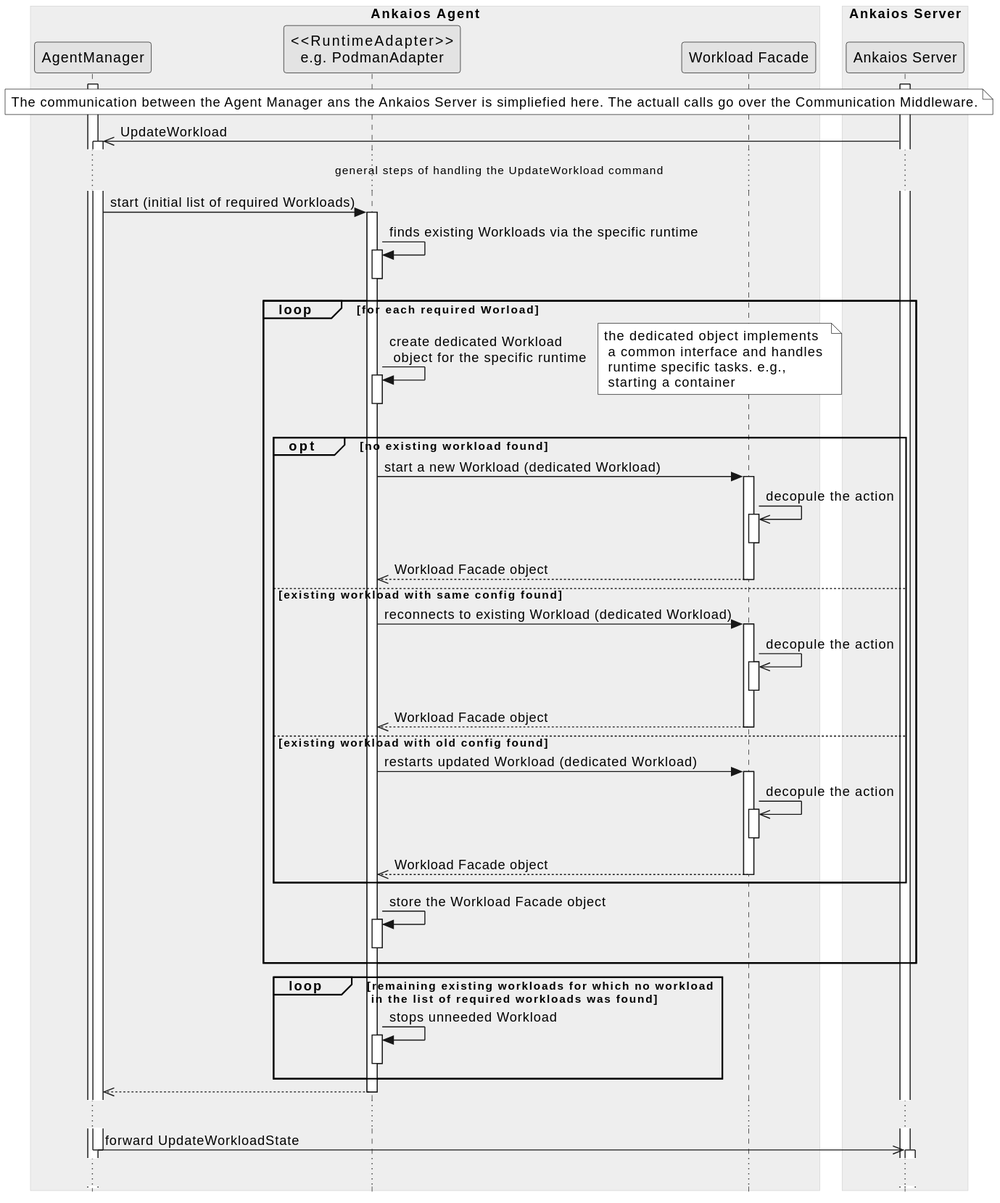
This is agent/doc/swdesign/plantuml/seq_update_workload_initial.svg from eclipse-ankaios/ankaios, a PlantUML export, as it was before one commit. The source it was exported from:
```plantuml
@startuml seq_update_workload_initial
!include ../../../../resources/doc/plantuml/clean.skin

box "Ankaios Agent"
    participant "AgentManager" as manager

    participant "<<RuntimeAdapter>>\ne.g. PodmanAdapter" as runtime_adapter
    participant "Workload Facade" as wl_facade

end box

box "Ankaios Server"
    participant "Ankaios Server" as server
end box

activate manager
activate server

note over manager, server
The communication between the Agent Manager ans the Ankaios Server is simpliefied here. The actuall calls go over the Communication Middleware.
end note

manager <<- server ++: UpdateWorkload

... general steps of handling the UpdateWorkload command ...

manager -> runtime_adapter ++: start (initial list of required Workloads)

runtime_adapter -> runtime_adapter ++--: finds existing Workloads via the specific runtime

loop for each required Worload
    runtime_adapter -> runtime_adapter ++--: create dedicated Workload \n object for the specific runtime
    note right: the dedicated object implements \n a common interface and handles \n runtime specific tasks. e.g., \n starting a container

    opt no existing workload found
        runtime_adapter -> wl_facade ++: start a new Workload (dedicated Workload)
        wl_facade ->> wl_facade ++--: decopule the action
        wl_facade -->> runtime_adapter --: Workload Facade object
    else existing workload with same config found
        runtime_adapter -> wl_facade ++: reconnects to existing Workload (dedicated Workload)
        wl_facade ->> wl_facade ++--: decopule the action
        wl_facade -->> runtime_adapter --: Workload Facade object
    else existing workload with old config found
        runtime_adapter -> wl_facade ++: restarts updated Workload (dedicated Workload)
        wl_facade ->> wl_facade ++--: decopule the action
        wl_facade -->> runtime_adapter --: Workload Facade object
    end

    runtime_adapter -> runtime_adapter ++--: store the Workload Facade object
end

loop remaining existing workloads for which no workload \n in the list of required workloads was found
        runtime_adapter -> runtime_adapter ++--: stops unneeded Workload
end

runtime_adapter -->> manager --

...

manager ->> server --++: forward UpdateWorkloadState

...

@enduml
```
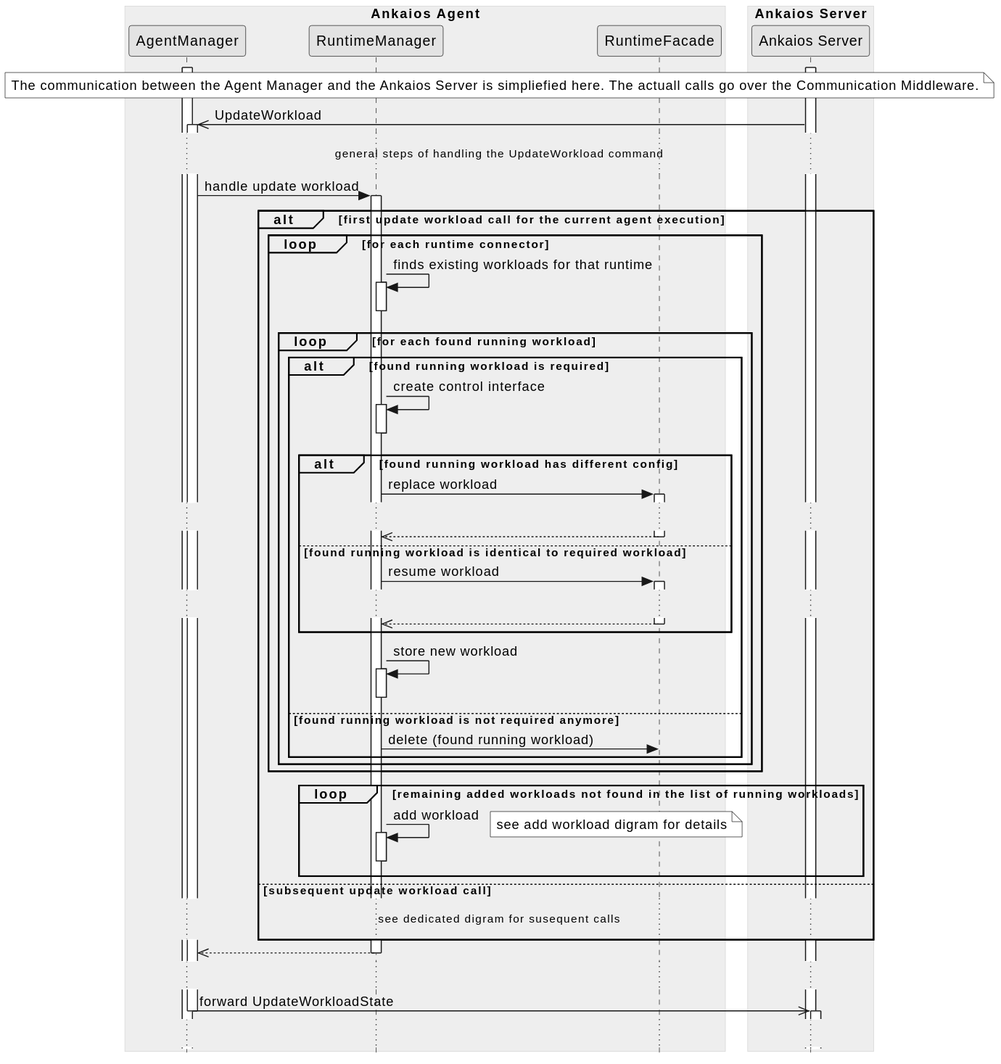
Above is the later version.

Commit message:
Updating sequence diagrams for the agent

Diff of the diagram source:
```diff
@@ -4,8 +4,8 @@
 box "Ankaios Agent"
     participant "AgentManager" as manager
 
-    participant "<<RuntimeAdapter>>\ne.g. PodmanAdapter" as runtime_adapter
-    participant "Workload Facade" as wl_facade
+    participant "RuntimeManager" as runtime_manager
+    participant "RuntimeFacade" as wl_facade
 
 end box
 
@@ -17,43 +17,55 @@
 activate server
 
 note over manager, server
-The communication between the Agent Manager ans the Ankaios Server is simpliefied here. The actuall calls go over the Communication Middleware.
+The communication between the Agent Manager and the Ankaios Server is simpliefied here. The actuall calls go over the Communication Middleware.
 end note
 
 manager <<- server ++: UpdateWorkload
 
 ... general steps of handling the UpdateWorkload command ...
 
-manager -> runtime_adapter ++: start (initial list of required Workloads)
+manager -> runtime_manager ++: handle update workload
 
-runtime_adapter -> runtime_adapter ++--: finds existing Workloads via the specific runtime
+alt first update workload call for the current agent execution
 
-loop for each required Worload
-    runtime_adapter -> runtime_adapter ++--: create dedicated Workload \n object for the specific runtime
-    note right: the dedicated object implements \n a common interface and handles \n runtime specific tasks. e.g., \n starting a container
+loop for each runtime connector
+    runtime_manager -> runtime_manager ++--: finds existing workloads for that runtime
 
-    opt no existing workload found
-        runtime_adapter -> wl_facade ++: start a new Workload (dedicated Workload)
-        wl_facade ->> wl_facade ++--: decopule the action
-        wl_facade -->> runtime_adapter --: Workload Facade object
-    else existing workload with same config found
-        runtime_adapter -> wl_facade ++: reconnects to existing Workload (dedicated Workload)
-        wl_facade ->> wl_facade ++--: decopule the action
-        wl_facade -->> runtime_adapter --: Workload Facade object
-    else existing workload with old config found
-        runtime_adapter -> wl_facade ++: restarts updated Workload (dedicated Workload)
-        wl_facade ->> wl_facade ++--: decopule the action
-        wl_facade -->> runtime_adapter --: Workload Facade object
+    loop for each found running workload
+        alt found running workload is required
+            runtime_manager -> runtime_manager++--: create control interface
+
+            alt found running workload has different config
+                runtime_manager -> wl_facade++: replace workload
+                ...
+                wl_facade -->> runtime_manager--
+            else found running workload is identical to required workload
+                runtime_manager -> wl_facade++: resume workload
+                ...
+                wl_facade -->> runtime_manager--
+            end
+
+            runtime_manager -> runtime_manager++--: store new workload
+
+        else found running workload is not required anymore
+            runtime_manager -> wl_facade: delete (found running workload)
+        end
     end
-
-    runtime_adapter -> runtime_adapter ++--: store the Workload Facade object
 end
 
-loop remaining existing workloads for which no workload \n in the list of required workloads was found
-        runtime_adapter -> runtime_adapter ++--: stops unneeded Workload
+loop remaining added workloads not found in the list of running workloads
+        runtime_manager -> runtime_manager ++--: add workload
+        note right
+            see add workload digram for details
+        endnote
 end
 
-runtime_adapter -->> manager --
+
+else subsequent update workload call
+... see dedicated digram for susequent calls ...
+end
+
+runtime_manager -->> manager --
 
 ...
 
```
